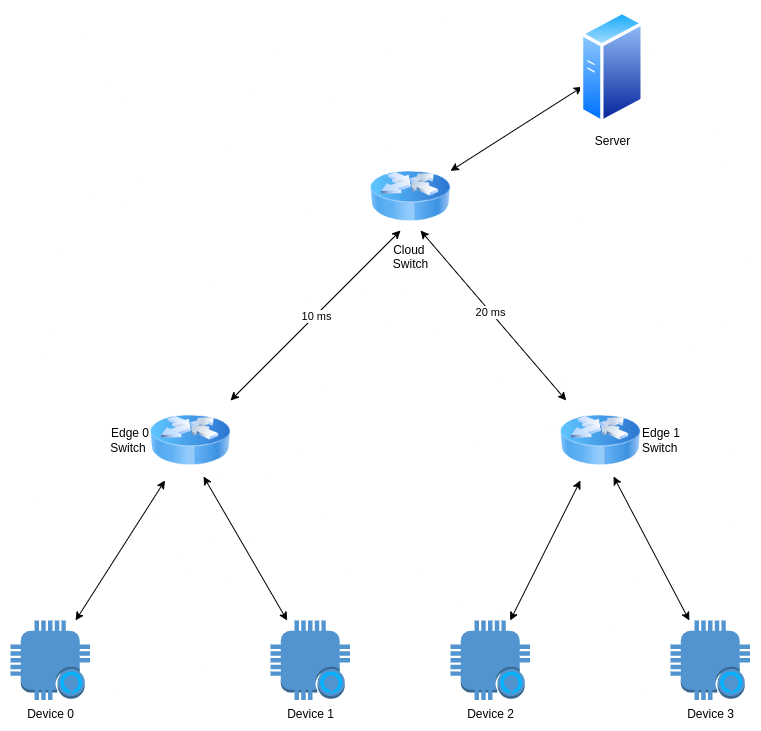
The draw.io diagram examples/mnist/network-topology.png in larsid/netfl, before a commit. Source tidied: cells renumbered, new cells last; positions are measured from the earlier drawing's top-left corner, leaving out a move shared by most shapes.
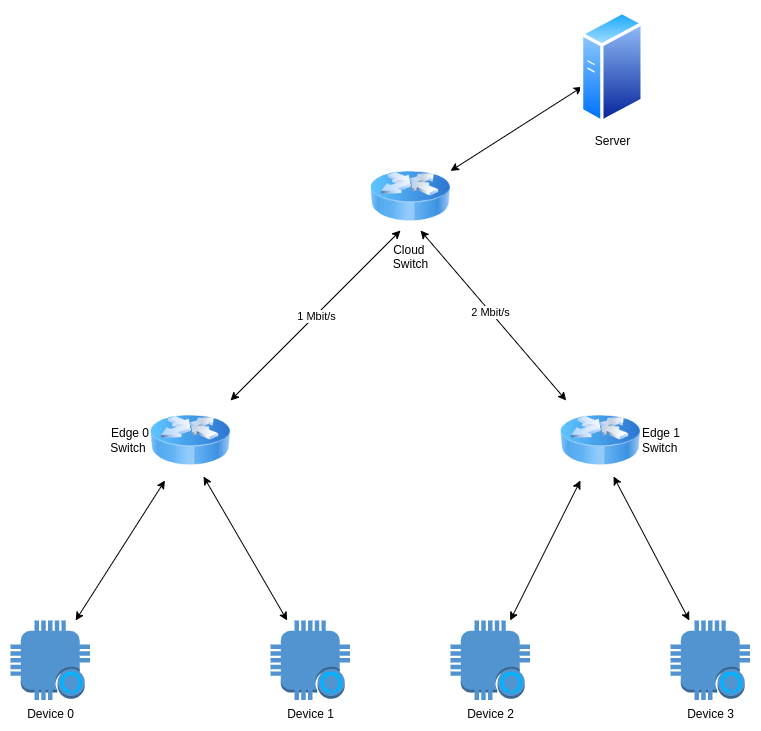
Above is the later version.

Commit message:
feat: add device and network details to experiment examples

What changed in the source:
```diff
@@ -37,7 +37,7 @@
         <mxPoint x="390" y="220" as="targetPoint" />
       </mxGeometry>
     </mxCell>
-    <mxCell id="13" value="10 ms" style="edgeLabel;html=1;align=center;verticalAlign=middle;" parent="12" vertex="1">
+    <mxCell id="13" value="1&amp;nbsp;Mbit/s" style="edgeLabel;html=1;align=center;verticalAlign=middle;" parent="12" vertex="1">
       <mxGeometry y="-1" relative="1" as="geometry" />
     </mxCell>
     <mxCell id="14" style="rounded=0;jettySize=auto;html=1;startArrow=classic;startFill=1;" parent="1" edge="1" source="7">
@@ -45,7 +45,7 @@
         <mxPoint x="410" y="220" as="targetPoint" />
       </mxGeometry>
     </mxCell>
-    <mxCell id="15" value="20 ms" style="edgeLabel;html=1;align=center;verticalAlign=middle;" parent="14" vertex="1">
+    <mxCell id="15" value="2&amp;nbsp;Mbit/s" style="edgeLabel;html=1;align=center;verticalAlign=middle;" parent="14" vertex="1">
       <mxGeometry x="0.05" relative="1" as="geometry" />
     </mxCell>
     <mxCell id="16" value="Cloud&amp;nbsp;&lt;div&gt;Switch&lt;/div&gt;" style="image;html=1;image=img/lib/clip_art/networking/Router_Icon_128x128.png;" parent="1" vertex="1">
```
